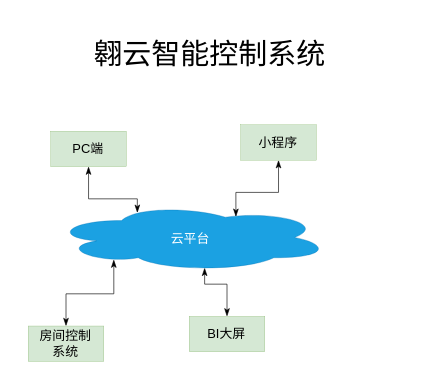
Earlier version of the draw.io diagram 翱云系统架构.drawio (JohnNash23/test). Source tidied: cells renumbered, new cells numbered last; positions are measured from the earlier drawing's top-left corner, leaving out a move shared by most shapes. Both pictures are drawn from the tidied source at 161%, with x=0, y=0 at pixel (27, 27).
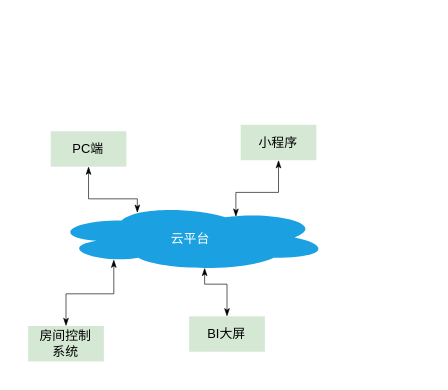
The same diagram, later.

Diff of the diagram source:
```diff
@@
 <mxGraphModel>
   <root>
     <mxCell id="0" />
     <mxCell id="1" parent="0" />
-    <mxCell id="2" value="&lt;div&gt;&lt;font style=&quot;font-size: 8px&quot;&gt;云平台&lt;/font&gt;&lt;/div&gt;" style="ellipse;shape=cloud;whiteSpace=wrap;html=1;strokeWidth=0.2;fillColor=#1ba1e2;strokeColor=#006EAF;fontColor=#ffffff;" parent="1" vertex="1">
+    <mxCell id="2" value="&lt;div&gt;&lt;font style=&quot;font-size: 8px&quot;&gt;云平台&lt;/font&gt;&lt;/div&gt;" style="ellipse;shape=cloud;whiteSpace=wrap;html=1;strokeWidth=0.2;fillColor=#1ba1e2;strokeColor=none;fontColor=#ffffff;" parent="1" vertex="1">
       <mxGeometry x="15" y="109" width="172" height="42" as="geometry" />
     </mxCell>
     <mxCell id="3" style="edgeStyle=orthogonalEdgeStyle;rounded=0;jettySize=auto;html=1;exitX=0.5;exitY=0;exitDx=0;exitDy=0;entryX=0.222;entryY=0.828;entryDx=0;entryDy=0;entryPerimeter=0;fontSize=8;endArrow=classicThin;startArrow=classicThin;startFill=1;endFill=1;strokeWidth=0.4;endSize=4;startSize=4;" parent="1" edge="1" source="4" target="2">
       <mxGeometry relative="1" as="geometry" />
     </mxCell>
-    <mxCell id="4" value="&lt;div&gt;房间控制&lt;br&gt;&lt;/div&gt;&lt;div&gt;系统&lt;/div&gt;" style="rounded=0;whiteSpace=wrap;html=1;strokeWidth=0.2;fontSize=8;fillColor=#d5e8d4;strokeColor=#82b366;" parent="1" vertex="1">
+    <mxCell id="4" value="&lt;div&gt;房间控制&lt;br&gt;&lt;/div&gt;&lt;div&gt;系统&lt;/div&gt;" style="rounded=0;whiteSpace=wrap;html=1;strokeWidth=0.2;fontSize=8;fillColor=#d5e8d4;strokeColor=none;" parent="1" vertex="1">
       <mxGeometry y="185" width="47" height="22" as="geometry" />
     </mxCell>
     <mxCell id="5" style="edgeStyle=orthogonalEdgeStyle;rounded=0;jettySize=auto;html=1;exitX=0.5;exitY=1;exitDx=0;exitDy=0;entryX=0.307;entryY=0.134;entryDx=0;entryDy=0;entryPerimeter=0;fontSize=8;endArrow=classicThin;startArrow=classicThin;startFill=1;endFill=1;strokeWidth=0.4;endSize=4;startSize=4;" parent="1" edge="1" source="6" target="2">
       <mxGeometry relative="1" as="geometry" />
     </mxCell>
-    <mxCell id="6" value="PC端" style="rounded=0;whiteSpace=wrap;html=1;strokeWidth=0.2;fontSize=8;fillColor=#d5e8d4;strokeColor=#82b366;" parent="1" vertex="1">
+    <mxCell id="6" value="PC端" style="rounded=0;whiteSpace=wrap;html=1;strokeWidth=0.2;fontSize=8;fillColor=#d5e8d4;strokeColor=none;" parent="1" vertex="1">
       <mxGeometry x="14" y="64" width="47" height="22" as="geometry" />
     </mxCell>
-    <mxCell id="7" value="&lt;div&gt;&lt;font style=&quot;font-size: 18px&quot;&gt;翱云智能控制系统&lt;/font&gt;&lt;/div&gt;" style="text;whiteSpace=wrap;html=1;" parent="1" vertex="1">
-      <mxGeometry x="39" width="204" height="20" as="geometry" />
-    </mxCell>
     <mxCell id="8" style="edgeStyle=orthogonalEdgeStyle;rounded=0;jettySize=auto;html=1;exitX=0.5;exitY=1;exitDx=0;exitDy=0;entryX=0.663;entryY=0.193;entryDx=0;entryDy=0;entryPerimeter=0;fontSize=8;endArrow=classicThin;startArrow=classicThin;startFill=1;endFill=1;strokeWidth=0.4;endSize=4;startSize=4;" parent="1" edge="1" source="9" target="2">
       <mxGeometry relative="1" as="geometry" />
     </mxCell>
-    <mxCell id="9" value="小程序" style="rounded=0;whiteSpace=wrap;html=1;strokeWidth=0.2;fontSize=8;fillColor=#d5e8d4;strokeColor=#82b366;" parent="1" vertex="1">
+    <mxCell id="9" value="小程序" style="rounded=0;whiteSpace=wrap;html=1;strokeWidth=0.2;fontSize=8;fillColor=#d5e8d4;strokeColor=none;" parent="1" vertex="1">
       <mxGeometry x="132" y="60" width="47" height="22" as="geometry" />
     </mxCell>
     <mxCell id="10" style="edgeStyle=orthogonalEdgeStyle;rounded=0;jettySize=auto;html=1;entryX=0.55;entryY=0.95;entryDx=0;entryDy=0;entryPerimeter=0;fontSize=8;endArrow=classicThin;startArrow=classicThin;startFill=1;endFill=1;strokeWidth=0.4;endSize=4;startSize=4;" parent="1" edge="1" source="11" target="2">
       <mxGeometry relative="1" as="geometry" />
     </mxCell>
-    <mxCell id="11" value="BI大屏" style="rounded=0;whiteSpace=wrap;html=1;strokeWidth=0.2;fontSize=8;fillColor=#d5e8d4;strokeColor=#82b366;" parent="1" vertex="1">
+    <mxCell id="11" value="BI大屏" style="rounded=0;whiteSpace=wrap;html=1;strokeWidth=0.2;fontSize=8;fillColor=#d5e8d4;strokeColor=none;" parent="1" vertex="1">
       <mxGeometry x="100" y="179" width="47" height="22" as="geometry" />
     </mxCell>
   </root>
 </mxGraphModel>
```
